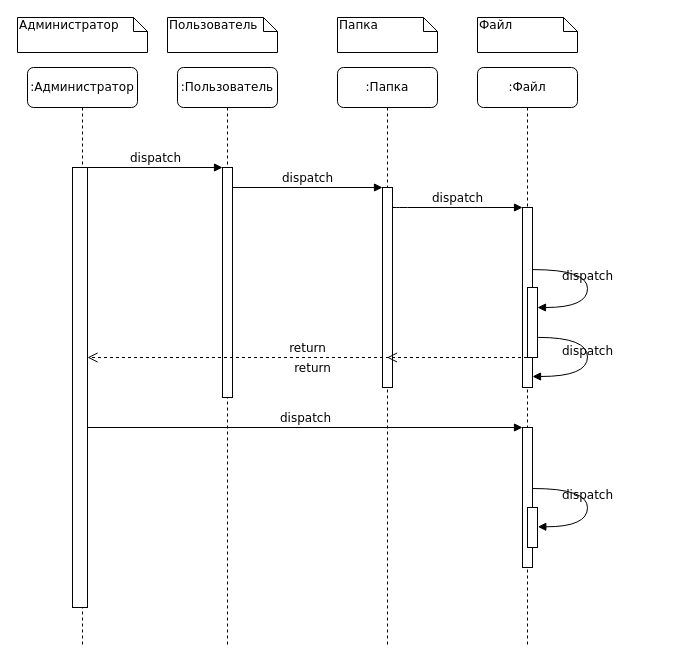
vlastroG/OOP_gb keeps this draw.io diagram as InteractionDiagram.drawio. Above is the earlier version. Source tidied: cells renumbered, new cells numbered last; positions are measured from the earlier drawing's top-left corner, leaving out a move shared by most shapes. Both pictures are drawn from the tidied source at 100%, with x=0, y=0 at pixel (17, 17).
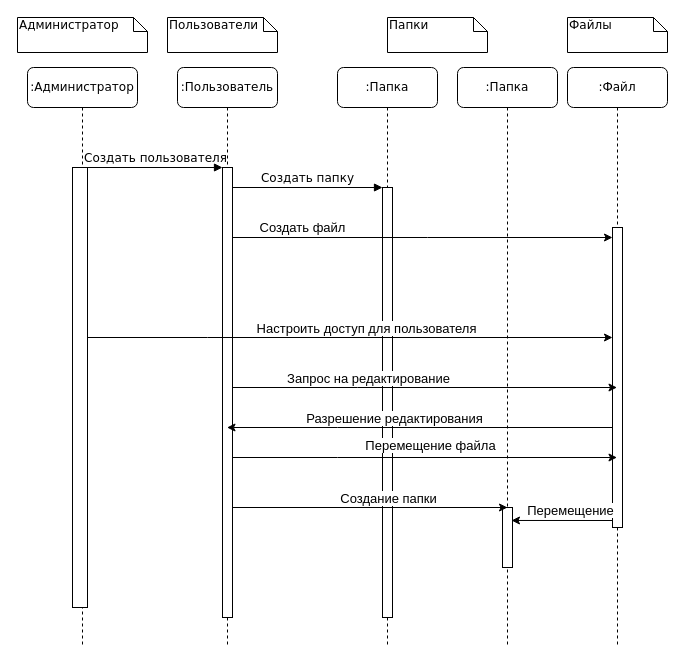
After the change.

The change refers to these unchanged cells:
```xml
<mxCell id="2" value=":Пользователь" style="shape=umlLifeline;perimeter=lifelinePerimeter;whiteSpace=wrap;html=1;outlineConnect=0;rounded=1;shadow=0;comic=0;labelBackgroundColor=none;strokeWidth=1;fontFamily=Verdana;fontSize=12;align=center;" parent="1" vertex="1">
  <mxGeometry x="160" y="50" width="100" height="580" as="geometry" />
</mxCell>
<mxCell id="4" value=":Папка" style="shape=umlLifeline;perimeter=lifelinePerimeter;whiteSpace=wrap;html=1;outlineConnect=0;rounded=1;shadow=0;comic=0;labelBackgroundColor=none;strokeWidth=1;fontFamily=Verdana;fontSize=12;align=center;" parent="1" vertex="1">
  <mxGeometry x="320" y="50" width="100" height="580" as="geometry" />
</mxCell>
<mxCell id="8" style="html=1;points=[];perimeter=orthogonalPerimeter;rounded=0;shadow=0;comic=0;labelBackgroundColor=none;strokeWidth=1;fontFamily=Verdana;fontSize=12;align=center;" parent="7" vertex="1">
  <mxGeometry x="45" y="100" width="15" height="440" as="geometry" />
</mxCell>
```

The edit, as a diff of the source:
```diff
@@
     <mxCell id="3" style="html=1;points=[];perimeter=orthogonalPerimeter;rounded=0;shadow=0;comic=0;labelBackgroundColor=none;strokeWidth=1;fontFamily=Verdana;fontSize=12;align=center;" parent="2" vertex="1">
-      <mxGeometry x="45" y="100" width="10" height="230" as="geometry" />
+      <mxGeometry x="45" y="100" width="10" height="450" as="geometry" />
     </mxCell>
@@
     <mxCell id="5" style="html=1;points=[];perimeter=orthogonalPerimeter;rounded=0;shadow=0;comic=0;labelBackgroundColor=none;strokeWidth=1;fontFamily=Verdana;fontSize=12;align=center;" parent="4" vertex="1">
-      <mxGeometry x="45" y="120" width="10" height="200" as="geometry" />
+      <mxGeometry x="45" y="120" width="10" height="430" as="geometry" />
     </mxCell>
     <mxCell id="6" value=":Файл" style="shape=umlLifeline;perimeter=lifelinePerimeter;whiteSpace=wrap;html=1;outlineConnect=0;rounded=1;shadow=0;comic=0;labelBackgroundColor=none;strokeWidth=1;fontFamily=Verdana;fontSize=12;align=center;" parent="1" vertex="1">
-      <mxGeometry x="460" y="50" width="100" height="580" as="geometry" />
+      <mxGeometry x="550" y="50" width="100" height="580" as="geometry" />
     </mxCell>
+    <mxCell id="9" style="html=1;points=[];perimeter=orthogonalPerimeter;rounded=0;shadow=0;comic=0;labelBackgroundColor=none;strokeWidth=1;fontFamily=Verdana;fontSize=12;align=center;" parent="6" vertex="1">
+      <mxGeometry x="45" y="160" width="10" height="300" as="geometry" />
+    </mxCell>
+    <mxCell id="26" style="edgeStyle=orthogonalEdgeStyle;rounded=0;jettySize=auto;html=1;fontSize=13;entryX=0.54;entryY=0.781;entryDx=0;entryDy=0;entryPerimeter=0;" parent="6" edge="1" target="38">
+      <mxGeometry relative="1" as="geometry">
+        <mxPoint x="45" y="454.5" as="sourcePoint" />
+        <Array as="points">
+          <mxPoint x="45" y="453" />
+        </Array>
+      </mxGeometry>
+    </mxCell>
+    <mxCell id="27" value="Перемещение" style="edgeLabel;html=1;align=center;verticalAlign=middle;fontSize=13;" parent="26" vertex="1">
+      <mxGeometry x="-0.24" y="3" relative="1" as="geometry">
+        <mxPoint x="-5" y="-13" as="offset" />
+      </mxGeometry>
+    </mxCell>
@@
-    <mxCell id="9" style="html=1;points=[];perimeter=orthogonalPerimeter;rounded=0;shadow=0;comic=0;labelBackgroundColor=none;strokeWidth=1;fontFamily=Verdana;fontSize=12;align=center;" parent="1" vertex="1">
-      <mxGeometry x="505" y="190" width="10" height="180" as="geometry" />
-    </mxCell>
-    <mxCell id="10" value="dispatch" style="html=1;verticalAlign=bottom;endArrow=block;labelBackgroundColor=none;fontFamily=Verdana;fontSize=12;edgeStyle=elbowEdgeStyle;elbow=vertical;" parent="1" edge="1" source="5" target="9">
-      <mxGeometry relative="1" as="geometry">
-        <Array as="points">
-          <mxPoint x="380" y="190" />
-        </Array>
-      </mxGeometry>
-    </mxCell>
-    <mxCell id="11" value="return" style="html=1;verticalAlign=bottom;endArrow=open;dashed=1;endSize=8;labelBackgroundColor=none;fontFamily=Verdana;fontSize=12;edgeStyle=elbowEdgeStyle;elbow=vertical;" parent="1" edge="1" source="6" target="4">
-      <mxGeometry x="1" y="78" relative="1" as="geometry">
-        <Array as="points">
-          <mxPoint x="460" y="240" />
-          <mxPoint x="620" y="230" />
-        </Array>
-        <mxPoint x="-75" y="-58" as="offset" />
-      </mxGeometry>
-    </mxCell>
-    <mxCell id="12" style="html=1;points=[];perimeter=orthogonalPerimeter;rounded=0;shadow=0;comic=0;labelBackgroundColor=none;strokeWidth=1;fontFamily=Verdana;fontSize=12;align=center;" parent="1" vertex="1">
-      <mxGeometry x="505" y="410" width="10" height="140" as="geometry" />
-    </mxCell>
-    <mxCell id="13" value="dispatch" style="html=1;verticalAlign=bottom;endArrow=block;entryX=0;entryY=0;labelBackgroundColor=none;fontFamily=Verdana;fontSize=12;" parent="1" edge="1" source="8" target="12">
-      <mxGeometry relative="1" as="geometry" />
-    </mxCell>
-    <mxCell id="14" value="return" style="html=1;verticalAlign=bottom;endArrow=open;dashed=1;endSize=8;labelBackgroundColor=none;fontFamily=Verdana;fontSize=12;edgeStyle=elbowEdgeStyle;elbow=vertical;" parent="1" edge="1" source="6" target="8">
-      <mxGeometry relative="1" as="geometry">
-        <Array as="points">
-          <mxPoint x="490" y="570" />
-        </Array>
-      </mxGeometry>
-    </mxCell>
-    <mxCell id="15" value="dispatch" style="html=1;verticalAlign=bottom;endArrow=block;entryX=0;entryY=0;labelBackgroundColor=none;fontFamily=Verdana;fontSize=12;edgeStyle=elbowEdgeStyle;elbow=vertical;" parent="1" edge="1" source="8" target="3">
+    <mxCell id="15" value="Создать пользователя" style="html=1;verticalAlign=bottom;endArrow=block;entryX=0;entryY=0;labelBackgroundColor=none;fontFamily=Verdana;fontSize=12;edgeStyle=elbowEdgeStyle;elbow=vertical;" parent="1" edge="1" source="8" target="3">
       <mxGeometry relative="1" as="geometry" />
     </mxCell>
-    <mxCell id="16" value="dispatch" style="html=1;verticalAlign=bottom;endArrow=block;entryX=0;entryY=0;labelBackgroundColor=none;fontFamily=Verdana;fontSize=12;edgeStyle=elbowEdgeStyle;elbow=vertical;" parent="1" edge="1" source="3" target="5">
+    <mxCell id="16" value="Создать папку" style="html=1;verticalAlign=bottom;endArrow=block;entryX=0;entryY=0;labelBackgroundColor=none;fontFamily=Verdana;fontSize=12;edgeStyle=elbowEdgeStyle;elbow=vertical;" parent="1" edge="1" source="3" target="5">
       <mxGeometry relative="1" as="geometry" />
     </mxCell>
-    <mxCell id="17" style="html=1;points=[];perimeter=orthogonalPerimeter;rounded=0;shadow=0;comic=0;labelBackgroundColor=none;strokeWidth=1;fontFamily=Verdana;fontSize=12;align=center;" parent="1" vertex="1">
-      <mxGeometry x="510" y="270" width="10" height="70" as="geometry" />
-    </mxCell>
-    <mxCell id="18" value="dispatch" style="html=1;verticalAlign=bottom;endArrow=block;labelBackgroundColor=none;fontFamily=Verdana;fontSize=12;elbow=vertical;edgeStyle=orthogonalEdgeStyle;curved=1;entryX=1;entryY=0.286;entryPerimeter=0;exitX=1.038;exitY=0.345;exitPerimeter=0;" parent="1" edge="1" source="9" target="17">
-      <mxGeometry relative="1" as="geometry">
-        <Array as="points">
-          <mxPoint x="570" y="252" />
-          <mxPoint x="570" y="290" />
-        </Array>
-      </mxGeometry>
-    </mxCell>
-    <mxCell id="19" value="dispatch" style="html=1;verticalAlign=bottom;endArrow=block;labelBackgroundColor=none;fontFamily=Verdana;fontSize=12;elbow=vertical;edgeStyle=orthogonalEdgeStyle;curved=1;exitX=1.066;exitY=0.713;exitPerimeter=0;" parent="1" edge="1" source="17">
-      <mxGeometry relative="1" as="geometry">
-        <mxPoint x="515" y="359" as="targetPoint" />
-        <Array as="points">
-          <mxPoint x="570" y="320" />
-          <mxPoint x="570" y="359" />
-        </Array>
-      </mxGeometry>
-    </mxCell>
-    <mxCell id="20" style="html=1;perimeter=orthogonalPerimeter;rounded=0;shadow=0;comic=0;labelBackgroundColor=none;strokeWidth=1;fontFamily=Verdana;fontSize=12;align=center;" parent="1" vertex="1">
-      <mxGeometry x="510" y="490" width="10" height="40" as="geometry" />
-    </mxCell>
-    <mxCell id="21" value="dispatch" style="html=1;verticalAlign=bottom;endArrow=block;labelBackgroundColor=none;fontFamily=Verdana;fontSize=12;elbow=vertical;edgeStyle=orthogonalEdgeStyle;curved=1;entryX=1;entryY=0.286;entryPerimeter=0;exitX=1.038;exitY=0.345;exitPerimeter=0;" parent="1" edge="1">
-      <mxGeometry relative="1" as="geometry">
-        <mxPoint x="515.3" y="471" as="sourcePoint" />
-        <mxPoint x="520.3" y="509.3" as="targetPoint" />
-        <Array as="points">
-          <mxPoint x="570" y="471" />
-          <mxPoint x="570" y="509" />
-        </Array>
-      </mxGeometry>
-    </mxCell>
@@
-    <mxCell id="23" value="Пользователь" style="shape=note;whiteSpace=wrap;html=1;size=14;verticalAlign=top;align=left;spacingTop=-6;rounded=0;shadow=0;comic=0;labelBackgroundColor=none;strokeWidth=1;fontFamily=Verdana;fontSize=12;" parent="1" vertex="1">
+    <mxCell id="23" value="Пользователи" style="shape=note;whiteSpace=wrap;html=1;size=14;verticalAlign=top;align=left;spacingTop=-6;rounded=0;shadow=0;comic=0;labelBackgroundColor=none;strokeWidth=1;fontFamily=Verdana;fontSize=12;" parent="1" vertex="1">
       <mxGeometry x="150" width="110" height="35" as="geometry" />
     </mxCell>
-    <mxCell id="24" value="Папка&lt;br&gt;" style="shape=note;whiteSpace=wrap;html=1;size=14;verticalAlign=top;align=left;spacingTop=-6;rounded=0;shadow=0;comic=0;labelBackgroundColor=none;strokeWidth=1;fontFamily=Verdana;fontSize=12;" parent="1" vertex="1">
-      <mxGeometry x="320" width="100" height="35" as="geometry" />
+    <mxCell id="24" value="Папки" style="shape=note;whiteSpace=wrap;html=1;size=14;verticalAlign=top;align=left;spacingTop=-6;rounded=0;shadow=0;comic=0;labelBackgroundColor=none;strokeWidth=1;fontFamily=Verdana;fontSize=12;" parent="1" vertex="1">
+      <mxGeometry x="370" width="100" height="35" as="geometry" />
     </mxCell>
-    <mxCell id="25" value="Файл&lt;br&gt;" style="shape=note;whiteSpace=wrap;html=1;size=14;verticalAlign=top;align=left;spacingTop=-6;rounded=0;shadow=0;comic=0;labelBackgroundColor=none;strokeWidth=1;fontFamily=Verdana;fontSize=12;" parent="1" vertex="1">
-      <mxGeometry x="460" width="100" height="35" as="geometry" />
+    <mxCell id="25" value="Файлы" style="shape=note;whiteSpace=wrap;html=1;size=14;verticalAlign=top;align=left;spacingTop=-6;rounded=0;shadow=0;comic=0;labelBackgroundColor=none;strokeWidth=1;fontFamily=Verdana;fontSize=12;" parent="1" vertex="1">
+      <mxGeometry x="550" width="100" height="35" as="geometry" />
     </mxCell>
+    <mxCell id="28" style="edgeStyle=orthogonalEdgeStyle;rounded=0;jettySize=auto;html=1;" parent="1" edge="1" source="3" target="9">
+      <mxGeometry relative="1" as="geometry">
+        <Array as="points">
+          <mxPoint x="410" y="220" />
+          <mxPoint x="410" y="220" />
+        </Array>
+      </mxGeometry>
+    </mxCell>
+    <mxCell id="29" value="Создать файл" style="text;html=1;align=center;verticalAlign=middle;strokeColor=none;fillColor=none;fontSize=13;" parent="1" vertex="1">
+      <mxGeometry x="235" y="200" width="100" height="20" as="geometry" />
+    </mxCell>
+    <mxCell id="30" style="edgeStyle=orthogonalEdgeStyle;rounded=0;jettySize=auto;html=1;fontSize=13;" parent="1" edge="1" source="8" target="9">
+      <mxGeometry relative="1" as="geometry">
+        <Array as="points">
+          <mxPoint x="190" y="320" />
+          <mxPoint x="190" y="320" />
+        </Array>
+      </mxGeometry>
+    </mxCell>
+    <mxCell id="31" value="Настроить доступ для пользователя" style="edgeLabel;html=1;align=center;verticalAlign=middle;fontSize=13;" parent="30" vertex="1">
+      <mxGeometry x="0.08" relative="1" as="geometry">
+        <mxPoint x="-6" y="-10" as="offset" />
+      </mxGeometry>
+    </mxCell>
+    <mxCell id="32" style="edgeStyle=orthogonalEdgeStyle;rounded=0;jettySize=auto;html=1;fontSize=13;" parent="1" edge="1" source="3" target="6">
+      <mxGeometry relative="1" as="geometry">
+        <Array as="points">
+          <mxPoint x="340" y="370" />
+          <mxPoint x="340" y="370" />
+        </Array>
+      </mxGeometry>
+    </mxCell>
+    <mxCell id="33" value="Запрос на редактирование" style="edgeLabel;html=1;align=center;verticalAlign=middle;fontSize=13;" parent="32" vertex="1">
+      <mxGeometry x="-0.32" y="2" relative="1" as="geometry">
+        <mxPoint x="4" y="-8" as="offset" />
+      </mxGeometry>
+    </mxCell>
+    <mxCell id="34" style="edgeStyle=orthogonalEdgeStyle;rounded=0;jettySize=auto;html=1;fontSize=13;" parent="1" edge="1" source="9" target="2">
+      <mxGeometry relative="1" as="geometry">
+        <Array as="points">
+          <mxPoint x="320" y="410" />
+          <mxPoint x="320" y="410" />
+        </Array>
+      </mxGeometry>
+    </mxCell>
+    <mxCell id="35" value="Разрешение редактирования" style="edgeLabel;html=1;align=center;verticalAlign=middle;fontSize=13;" parent="34" vertex="1">
+      <mxGeometry x="0.3" relative="1" as="geometry">
+        <mxPoint x="32" y="-10" as="offset" />
+      </mxGeometry>
+    </mxCell>
+    <mxCell id="36" style="edgeStyle=orthogonalEdgeStyle;rounded=0;jettySize=auto;html=1;fontSize=13;" parent="1" edge="1" source="3" target="6">
+      <mxGeometry relative="1" as="geometry">
+        <Array as="points">
+          <mxPoint x="320" y="440" />
+          <mxPoint x="320" y="440" />
+        </Array>
+      </mxGeometry>
+    </mxCell>
+    <mxCell id="37" value="Перемещение файла" style="edgeLabel;html=1;align=center;verticalAlign=middle;fontSize=13;" parent="36" vertex="1">
+      <mxGeometry x="0.24" y="-1" relative="1" as="geometry">
+        <mxPoint x="-41" y="-14" as="offset" />
+      </mxGeometry>
+    </mxCell>
+    <mxCell id="38" value=":Папка" style="shape=umlLifeline;perimeter=lifelinePerimeter;whiteSpace=wrap;html=1;outlineConnect=0;rounded=1;shadow=0;comic=0;labelBackgroundColor=none;strokeWidth=1;fontFamily=Verdana;fontSize=12;align=center;" parent="1" vertex="1">
+      <mxGeometry x="440" y="50" width="100" height="580" as="geometry" />
+    </mxCell>
+    <mxCell id="39" style="html=1;perimeter=orthogonalPerimeter;rounded=0;shadow=0;comic=0;labelBackgroundColor=none;strokeWidth=1;fontFamily=Verdana;fontSize=12;align=center;" parent="38" vertex="1">
+      <mxGeometry x="45" y="440" width="10" height="60" as="geometry" />
+    </mxCell>
+    <mxCell id="40" style="edgeStyle=orthogonalEdgeStyle;rounded=0;jettySize=auto;html=1;fontSize=13;" parent="1" edge="1" source="3">
+      <mxGeometry relative="1" as="geometry">
+        <mxPoint x="490" y="490" as="targetPoint" />
+        <Array as="points">
+          <mxPoint x="490" y="490" />
+        </Array>
+      </mxGeometry>
+    </mxCell>
+    <mxCell id="41" value="Создание папки" style="edgeLabel;html=1;align=center;verticalAlign=middle;fontSize=13;" parent="40" vertex="1">
+      <mxGeometry x="-0.18" y="-2" relative="1" as="geometry">
+        <mxPoint x="42" y="-12" as="offset" />
+      </mxGeometry>
+    </mxCell>
```
